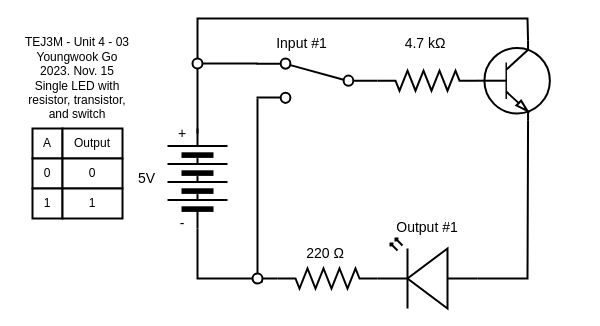
The draw.io diagram Unit4-06/Unit4-06.drawio in Youngwook-Go/TEJ3M-Unit4, before the edit. Source tidied: cells renumbered, new cells numbered last; positions are measured from the earlier drawing's top-left corner, leaving out a move shared by most shapes. Both pictures are drawn from the tidied source at 100%, with x=0, y=0 at pixel (17, 18).
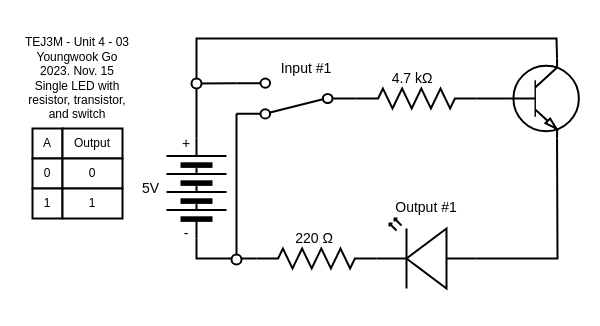
The same page after the edit.

The edit, as a diff of the source:
```diff
@@
-    <mxCell id="2" style="edgeStyle=none;html=1;entryX=0.7;entryY=0;entryDx=0;entryDy=0;entryPerimeter=0;rounded=0;endArrow=none;endFill=0;strokeWidth=2;startArrow=none;" parent="1" edge="1" source="23" target="20">
-      <mxGeometry relative="1" as="geometry">
-        <Array as="points">
-          <mxPoint x="180" />
-          <mxPoint x="510" />
-        </Array>
-      </mxGeometry>
-    </mxCell>
-    <mxCell id="3" style="edgeStyle=none;rounded=0;html=1;exitX=0;exitY=0.5;exitDx=0;exitDy=0;strokeWidth=2;endArrow=none;endFill=0;" parent="1" edge="1" source="4">
-      <mxGeometry relative="1" as="geometry">
-        <mxPoint x="260" y="260" as="targetPoint" />
-        <Array as="points">
-          <mxPoint x="180" y="260" />
-        </Array>
-      </mxGeometry>
-    </mxCell>
-    <mxCell id="4" style="verticalLabelPosition=bottom;shadow=0;dashed=0;align=center;html=1;verticalAlign=top;shape=mxgraph.electrical.miscellaneous.batteryStack;rotation=-90;strokeWidth=2;fontSize=14;" parent="1" vertex="1">
-      <mxGeometry x="130" y="130" width="100" height="60" as="geometry" />
-    </mxCell>
-    <mxCell id="5" style="verticalLabelPosition=bottom;shadow=0;dashed=0;align=center;html=1;verticalAlign=top;shape=mxgraph.electrical.opto_electronics.led_2;flipV=0;flipH=1;strokeWidth=2;fontSize=14;" parent="1" vertex="1">
-      <mxGeometry x="360" y="220" width="100" height="70" as="geometry" />
-    </mxCell>
-    <mxCell id="6" value="5V" style="text;html=1;strokeColor=none;fillColor=none;align=right;verticalAlign=middle;whiteSpace=wrap;rounded=0;strokeWidth=2;fontSize=14;" parent="1" vertex="1">
-      <mxGeometry x="120" y="110" width="20" height="100" as="geometry" />
-    </mxCell>
-    <mxCell id="7" value="+" style="text;html=1;strokeColor=none;fillColor=none;align=center;verticalAlign=middle;whiteSpace=wrap;rounded=0;strokeWidth=2;fontSize=14;" parent="1" vertex="1">
-      <mxGeometry x="150" y="100" width="30" height="30" as="geometry" />
-    </mxCell>
-    <mxCell id="8" value="-" style="text;html=1;strokeColor=none;fillColor=none;align=center;verticalAlign=middle;whiteSpace=wrap;rounded=0;strokeWidth=2;fontSize=14;" parent="1" vertex="1">
-      <mxGeometry x="150" y="190" width="30" height="30" as="geometry" />
-    </mxCell>
-    <mxCell id="9" value="Output #1" style="text;html=1;strokeColor=none;fillColor=none;align=center;verticalAlign=bottom;whiteSpace=wrap;rounded=0;strokeWidth=2;fontSize=14;" parent="1" vertex="1">
-      <mxGeometry x="360" y="200" width="100" height="20" as="geometry" />
-    </mxCell>
-    <mxCell id="10" value="&lt;span style=&quot;font-size: 14px;&quot;&gt;220&amp;nbsp;Ω&lt;/span&gt;&amp;nbsp;" style="text;html=1;strokeColor=none;fillColor=none;align=center;verticalAlign=middle;whiteSpace=wrap;rounded=0;strokeWidth=2;fontSize=14;" parent="1" vertex="1">
-      <mxGeometry x="260" y="220" width="100" height="30" as="geometry" />
-    </mxCell>
-    <mxCell id="11" style="verticalLabelPosition=bottom;shadow=0;dashed=0;align=center;html=1;verticalAlign=top;shape=mxgraph.electrical.resistors.resistor_2;strokeWidth=2;fontSize=14;flipH=1;" parent="1" vertex="1">
-      <mxGeometry x="260" y="250" width="100" height="20" as="geometry" />
-    </mxCell>
@@
-    <mxCell id="19" style="edgeStyle=none;html=1;exitX=0.7;exitY=1;exitDx=0;exitDy=0;exitPerimeter=0;entryX=0;entryY=0.57;entryDx=0;entryDy=0;entryPerimeter=0;endArrow=none;endFill=0;strokeWidth=2;rounded=0;" parent="1" edge="1" source="20" target="5">
-      <mxGeometry relative="1" as="geometry">
-        <Array as="points">
-          <mxPoint x="510" y="260" />
-        </Array>
-      </mxGeometry>
-    </mxCell>
-    <mxCell id="20" style="verticalLabelPosition=bottom;shadow=0;dashed=0;align=center;html=1;verticalAlign=top;shape=mxgraph.electrical.transistors.npn_transistor_1;strokeWidth=2;" parent="1" vertex="1">
-      <mxGeometry x="456" y="22.2" width="80" height="80" as="geometry" />
-    </mxCell>
-    <mxCell id="21" style="edgeStyle=none;html=1;entryX=0.5;entryY=1;entryDx=0;entryDy=0;rounded=0;endArrow=none;endFill=0;strokeWidth=2;exitX=1;exitY=0.5;exitDx=0;exitDy=0;" parent="1" edge="1" source="7" target="23">
-      <mxGeometry relative="1" as="geometry" />
-    </mxCell>
-    <mxCell id="22" style="edgeStyle=none;rounded=0;html=1;exitX=1;exitY=0.5;exitDx=0;exitDy=0;strokeWidth=2;endArrow=none;endFill=0;" parent="1" edge="1" source="23">
-      <mxGeometry relative="1" as="geometry">
-        <mxPoint x="240" y="45" as="targetPoint" />
-      </mxGeometry>
-    </mxCell>
-    <mxCell id="23" style="ellipse;whiteSpace=wrap;html=1;strokeWidth=2;" parent="1" vertex="1">
-      <mxGeometry x="175" y="40" width="10" height="10" as="geometry" />
-    </mxCell>
-    <mxCell id="24" style="endArrow=none;html=1;rounded=0;strokeWidth=2;startArrow=none;" parent="1" edge="1" source="26">
-      <mxGeometry relative="1" as="geometry">
-        <mxPoint x="240" y="80" as="targetPoint" />
-      </mxGeometry>
-    </mxCell>
-    <mxCell id="25" style="endArrow=none;html=1;rounded=0;strokeWidth=2;entryX=0.989;entryY=0.897;entryDx=0;entryDy=0;entryPerimeter=0;" parent="1" edge="1" target="26">
-      <mxGeometry relative="1" as="geometry">
-        <mxPoint x="240" y="260" as="sourcePoint" />
-      </mxGeometry>
-    </mxCell>
-    <mxCell id="26" style="ellipse;whiteSpace=wrap;html=1;strokeWidth=2;" parent="1" vertex="1">
-      <mxGeometry x="235" y="255" width="10" height="10" as="geometry" />
-    </mxCell>
-    <mxCell id="27" style="shape=mxgraph.electrical.electro-mechanical.twoWaySwitch;elSwitchState=2;strokeWidth=2;flipH=1;" parent="1" vertex="1">
-      <mxGeometry x="239" y="40" width="121" height="44.4" as="geometry" />
-    </mxCell>
-    <mxCell id="28" style="verticalLabelPosition=bottom;shadow=0;dashed=0;align=center;html=1;verticalAlign=top;shape=mxgraph.electrical.resistors.resistor_2;strokeWidth=2;fontSize=14;flipH=1;" parent="1" vertex="1">
-      <mxGeometry x="360" y="52.2" width="100" height="20" as="geometry" />
-    </mxCell>
+    <mxCell id="31" style="edgeStyle=none;html=1;entryX=1;entryY=0.88;entryDx=0;entryDy=0;rounded=0;strokeWidth=2;endArrow=none;endFill=0;" parent="1" edge="1" source="32" target="34">
+      <mxGeometry relative="1" as="geometry">
+        <Array as="points">
+          <mxPoint x="179" y="65" />
+        </Array>
+      </mxGeometry>
+    </mxCell>
+    <mxCell id="32" style="verticalLabelPosition=bottom;shadow=0;dashed=0;align=center;html=1;verticalAlign=top;shape=mxgraph.electrical.miscellaneous.batteryStack;rotation=-90;strokeWidth=2;" parent="1" vertex="1">
+      <mxGeometry x="129" y="140" width="100" height="60" as="geometry" />
+    </mxCell>
+    <mxCell id="7" value="+" style="text;html=1;strokeColor=none;fillColor=none;align=center;verticalAlign=middle;whiteSpace=wrap;rounded=0;strokeWidth=2;fontSize=14;" parent="1" vertex="1">
+      <mxGeometry x="159" y="115" width="20" height="20" as="geometry" />
+    </mxCell>
+    <mxCell id="8" value="-" style="text;html=1;strokeColor=none;fillColor=none;align=center;verticalAlign=middle;whiteSpace=wrap;rounded=0;strokeWidth=2;fontSize=14;" parent="1" vertex="1">
+      <mxGeometry x="159" y="205" width="20" height="20" as="geometry" />
+    </mxCell>
+    <mxCell id="6" value="5V" style="text;html=1;strokeColor=none;fillColor=none;align=right;verticalAlign=middle;whiteSpace=wrap;rounded=0;strokeWidth=2;fontSize=14;" parent="1" vertex="1">
+      <mxGeometry x="124" y="120" width="20" height="100" as="geometry" />
+    </mxCell>
+    <mxCell id="33" style="edgeStyle=none;rounded=0;html=1;exitX=1;exitY=0.12;exitDx=0;exitDy=0;strokeWidth=2;endArrow=none;endFill=0;" parent="1" edge="1" source="34">
+      <mxGeometry relative="1" as="geometry">
+        <mxPoint x="219" y="240" as="targetPoint" />
+      </mxGeometry>
+    </mxCell>
+    <mxCell id="34" style="shape=mxgraph.electrical.electro-mechanical.twoWaySwitch;elSwitchState=2;strokeWidth=2;rotation=-180;" parent="1" vertex="1">
+      <mxGeometry x="219" y="60" width="120" height="40" as="geometry" />
+    </mxCell>
+    <mxCell id="35" style="verticalLabelPosition=bottom;shadow=0;dashed=0;align=center;html=1;verticalAlign=top;shape=mxgraph.electrical.resistors.resistor_2;strokeWidth=2;" parent="1" vertex="1">
+      <mxGeometry x="339" y="70" width="120" height="20" as="geometry" />
+    </mxCell>
-    <mxCell id="29" value="&lt;span style=&quot;font-size: 14px;&quot;&gt;4.7 kΩ&lt;/span&gt;&amp;nbsp;" style="text;html=1;strokeColor=none;fillColor=none;align=center;verticalAlign=middle;whiteSpace=wrap;rounded=0;strokeWidth=2;fontSize=14;" parent="1" vertex="1">
-      <mxGeometry x="360" y="15" width="100" height="20" as="geometry" />
+    <mxCell id="29" value="4.7 kΩ&amp;nbsp;&amp;nbsp;" style="text;html=1;strokeColor=none;fillColor=none;align=center;verticalAlign=middle;whiteSpace=wrap;rounded=0;strokeWidth=2;fontSize=14;" parent="1" vertex="1">
+      <mxGeometry x="339" y="50" width="120" height="20" as="geometry" />
     </mxCell>
     <mxCell id="30" value="Input #1" style="text;html=1;strokeColor=none;fillColor=none;align=center;verticalAlign=middle;whiteSpace=wrap;rounded=0;strokeWidth=2;fontSize=14;" parent="1" vertex="1">
-      <mxGeometry x="239" y="15" width="91" height="20" as="geometry" />
+      <mxGeometry x="239" y="40" width="100" height="20" as="geometry" />
     </mxCell>
+    <mxCell id="36" style="ellipse;whiteSpace=wrap;html=1;strokeWidth=2;" parent="1" vertex="1">
+      <mxGeometry x="174" y="60" width="10" height="10" as="geometry" />
+    </mxCell>
+    <mxCell id="37" style="edgeStyle=none;rounded=0;html=1;exitX=0;exitY=0.5;exitDx=0;exitDy=0;exitPerimeter=0;entryX=1;entryY=0.5;entryDx=0;entryDy=0;entryPerimeter=0;strokeWidth=2;endArrow=none;endFill=0;" parent="1" edge="1" source="40" target="35">
+      <mxGeometry relative="1" as="geometry" />
+    </mxCell>
+    <mxCell id="38" style="edgeStyle=none;rounded=0;html=1;exitX=0.7;exitY=0;exitDx=0;exitDy=0;exitPerimeter=0;entryX=0.5;entryY=0;entryDx=0;entryDy=0;strokeWidth=2;endArrow=none;endFill=0;" parent="1" edge="1" source="40" target="36">
+      <mxGeometry relative="1" as="geometry">
+        <Array as="points">
+          <mxPoint x="539" y="20" />
+          <mxPoint x="179" y="20" />
+        </Array>
+      </mxGeometry>
+    </mxCell>
+    <mxCell id="39" style="edgeStyle=none;rounded=0;html=1;exitX=0.7;exitY=1;exitDx=0;exitDy=0;exitPerimeter=0;entryX=0;entryY=0.57;entryDx=0;entryDy=0;entryPerimeter=0;strokeWidth=2;endArrow=none;endFill=0;" parent="1" edge="1" source="40" target="41">
+      <mxGeometry relative="1" as="geometry">
+        <Array as="points">
+          <mxPoint x="540" y="240" />
+        </Array>
+      </mxGeometry>
+    </mxCell>
+    <mxCell id="40" style="verticalLabelPosition=bottom;shadow=0;dashed=0;align=center;html=1;verticalAlign=top;shape=mxgraph.electrical.transistors.npn_transistor_1;strokeWidth=2;" parent="1" vertex="1">
+      <mxGeometry x="485" y="40" width="80" height="80" as="geometry" />
+    </mxCell>
+    <mxCell id="41" style="verticalLabelPosition=bottom;shadow=0;dashed=0;align=center;html=1;verticalAlign=top;shape=mxgraph.electrical.opto_electronics.led_2;flipH=1;strokeWidth=2;" parent="1" vertex="1">
+      <mxGeometry x="359" y="200" width="100" height="70" as="geometry" />
+    </mxCell>
+    <mxCell id="42" style="edgeStyle=none;rounded=0;html=1;exitX=0;exitY=0.5;exitDx=0;exitDy=0;exitPerimeter=0;entryX=0;entryY=0.5;entryDx=0;entryDy=0;strokeWidth=2;endArrow=none;endFill=0;" parent="1" edge="1" source="43" target="32">
+      <mxGeometry relative="1" as="geometry">
+        <Array as="points">
+          <mxPoint x="179" y="240" />
+        </Array>
+      </mxGeometry>
+    </mxCell>
+    <mxCell id="43" style="verticalLabelPosition=bottom;shadow=0;dashed=0;align=center;html=1;verticalAlign=top;shape=mxgraph.electrical.resistors.resistor_2;strokeWidth=2;" parent="1" vertex="1">
+      <mxGeometry x="239" y="230" width="120" height="20" as="geometry" />
+    </mxCell>
+    <mxCell id="9" value="Output #1" style="text;html=1;strokeColor=none;fillColor=none;align=center;verticalAlign=bottom;whiteSpace=wrap;rounded=0;strokeWidth=2;fontSize=14;" parent="1" vertex="1">
+      <mxGeometry x="359" y="180" width="100" height="20" as="geometry" />
+    </mxCell>
+    <mxCell id="10" value="&lt;span style=&quot;font-size: 14px;&quot;&gt;220&amp;nbsp;Ω&lt;/span&gt;&amp;nbsp;" style="text;html=1;strokeColor=none;fillColor=none;align=center;verticalAlign=middle;whiteSpace=wrap;rounded=0;strokeWidth=2;fontSize=14;" parent="1" vertex="1">
+      <mxGeometry x="239" y="210" width="120" height="20" as="geometry" />
+    </mxCell>
+    <mxCell id="44" style="ellipse;whiteSpace=wrap;html=1;strokeWidth=2;" parent="1" vertex="1">
+      <mxGeometry x="214" y="236" width="10" height="10" as="geometry" />
+    </mxCell>
```
